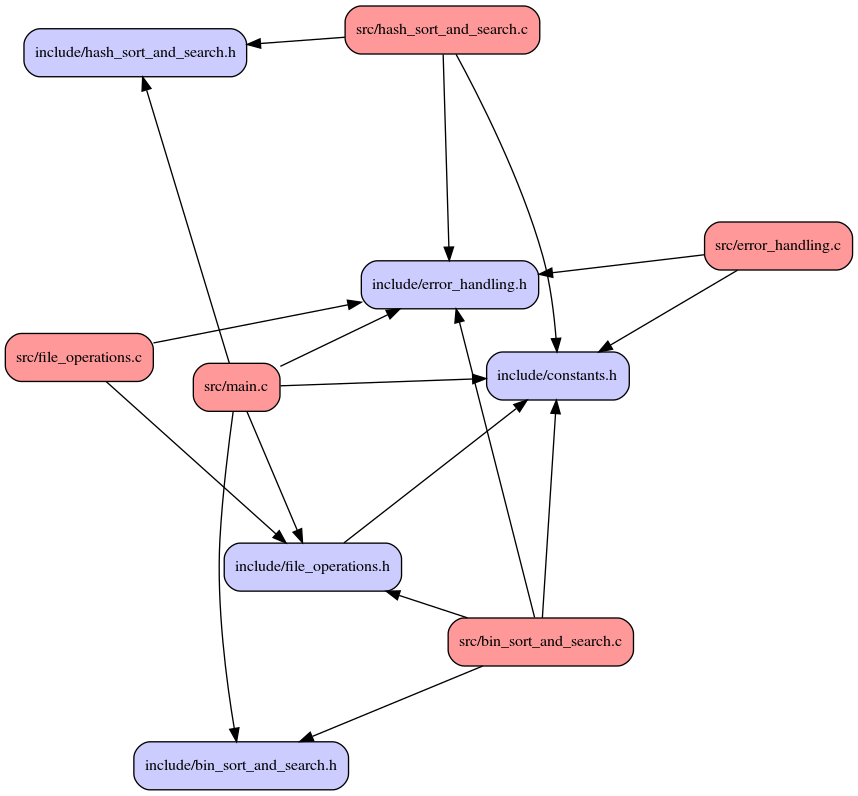
FyodorPotseluev/binary_and_hash_search keeps this Graphviz diagram as modules_interdependency.png. Above is the earlier version. Its source is kept beside it as modules_interdependency.dot.
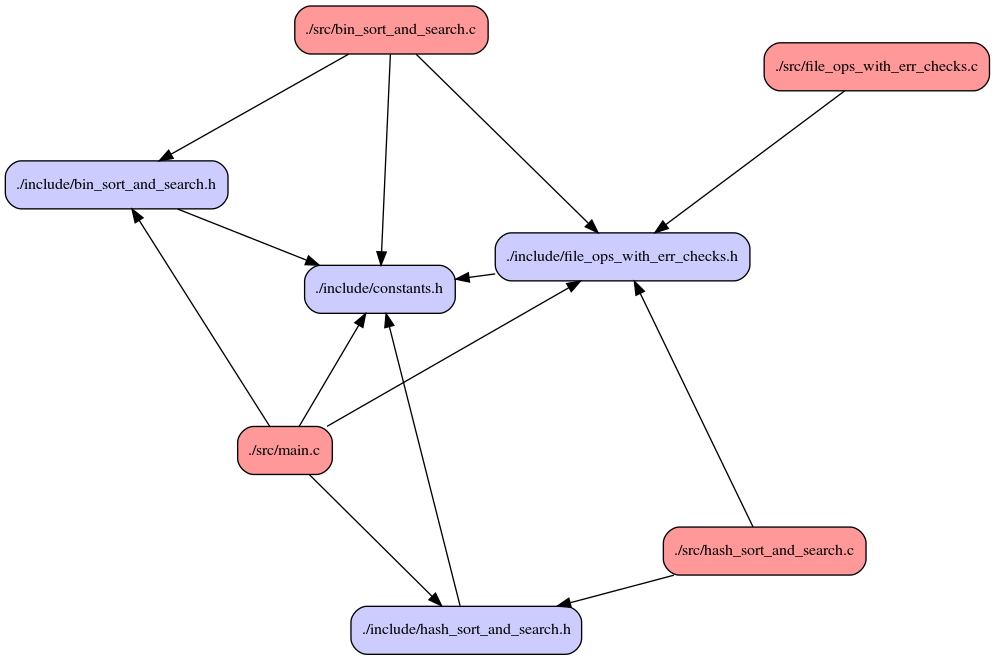
Later version of the same file.

Commit message:
The files `modules_interdependency.dot` and `modules_interdependency.png` have been updated.

The edit, as a diff of the source:
```diff
@@ -5,32 +5,26 @@
 
     node [shape=Mrecord, fontsize=12]
 
-    node [fillcolor="#ccccff", style=filled] "include/bin_sort_and_search.h"  [label = "include/bin_sort_and_search.h"]
-    node [fillcolor="#ccccff", style=filled] "include/constants.h"            [label = "include/constants.h"]
-    node [fillcolor="#ccccff", style=filled] "include/error_handling.h"       [label = "include/error_handling.h"]
-    node [fillcolor="#ccccff", style=filled] "include/file_operations.h"      [label = "include/file_operations.h"]
-    node [fillcolor="#ccccff", style=filled] "include/hash_sort_and_search.h" [label = "include/hash_sort_and_search.h"]
-    node [fillcolor="#ff9999", style=filled] "src/bin_sort_and_search.c"      [label = "src/bin_sort_and_search.c"]
-    node [fillcolor="#ff9999", style=filled] "src/error_handling.c"           [label = "src/error_handling.c"]
-    node [fillcolor="#ff9999", style=filled] "src/file_operations.c"          [label = "src/file_operations.c"]
-    node [fillcolor="#ff9999", style=filled] "src/hash_sort_and_search.c"     [label = "src/hash_sort_and_search.c"]
-    node [fillcolor="#ff9999", style=filled] "src/main.c"                     [label = "src/main.c"]
+    node [fillcolor="#ccccff", style=filled] "./include/bin_sort_and_search.h"      [label = "./include/bin_sort_and_search.h"]
+    node [fillcolor="#ccccff", style=filled] "./include/constants.h"                [label = "./include/constants.h"]
+    node [fillcolor="#ccccff", style=filled] "./include/file_ops_with_err_checks.h" [label = "./include/file_ops_with_err_checks.h"]
+    node [fillcolor="#ccccff", style=filled] "./include/hash_sort_and_search.h"     [label = "./include/hash_sort_and_search.h"]
+    node [fillcolor="#ff9999", style=filled] "./src/bin_sort_and_search.c"          [label = "./src/bin_sort_and_search.c"]
+    node [fillcolor="#ff9999", style=filled] "./src/file_ops_with_err_checks.c"     [label = "./src/file_ops_with_err_checks.c"]
+    node [fillcolor="#ff9999", style=filled] "./src/hash_sort_and_search.c"         [label = "./src/hash_sort_and_search.c"]
+    node [fillcolor="#ff9999", style=filled] "./src/main.c"                         [label = "./src/main.c"]
 
-    "include/file_operations.h"      -> "include/constants.h"
-    "src/bin_sort_and_search.c"      -> "include/bin_sort_and_search.h"
-    "src/bin_sort_and_search.c"      -> "include/constants.h"
-    "src/bin_sort_and_search.c"      -> "include/error_handling.h"
-    "src/bin_sort_and_search.c"      -> "include/file_operations.h"
-    "src/error_handling.c"           -> "include/error_handling.h"
-    "src/error_handling.c"           -> "include/constants.h"
-    "src/file_operations.c"          -> "include/file_operations.h"
-    "src/file_operations.c"          -> "include/error_handling.h"
-    "src/hash_sort_and_search.c"     -> "include/hash_sort_and_search.h"
-    "src/hash_sort_and_search.c"     -> "include/constants.h"
-    "src/hash_sort_and_search.c"     -> "include/error_handling.h"
-    "src/main.c"                     -> "include/bin_sort_and_search.h"
-    "src/main.c"                     -> "include/hash_sort_and_search.h"
-    "src/main.c"                     -> "include/constants.h"
-    "src/main.c"                     -> "include/error_handling.h"
-    "src/main.c"                     -> "include/file_operations.h"
+    "./include/bin_sort_and_search.h"      -> "./include/constants.h"
+    "./include/file_ops_with_err_checks.h" -> "./include/constants.h"
+    "./include/hash_sort_and_search.h"     -> "./include/constants.h"
+    "./src/bin_sort_and_search.c"          -> "./include/bin_sort_and_search.h"
+    "./src/bin_sort_and_search.c"          -> "./include/constants.h"
+    "./src/bin_sort_and_search.c"          -> "./include/file_ops_with_err_checks.h"
+    "./src/file_ops_with_err_checks.c"     -> "./include/file_ops_with_err_checks.h"
+    "./src/hash_sort_and_search.c"         -> "./include/hash_sort_and_search.h"
+    "./src/hash_sort_and_search.c"         -> "./include/file_ops_with_err_checks.h"
+    "./src/main.c"                         -> "./include/bin_sort_and_search.h"
+    "./src/main.c"                         -> "./include/hash_sort_and_search.h"
+    "./src/main.c"                         -> "./include/constants.h"
+    "./src/main.c"                         -> "./include/file_ops_with_err_checks.h"
 }
```
